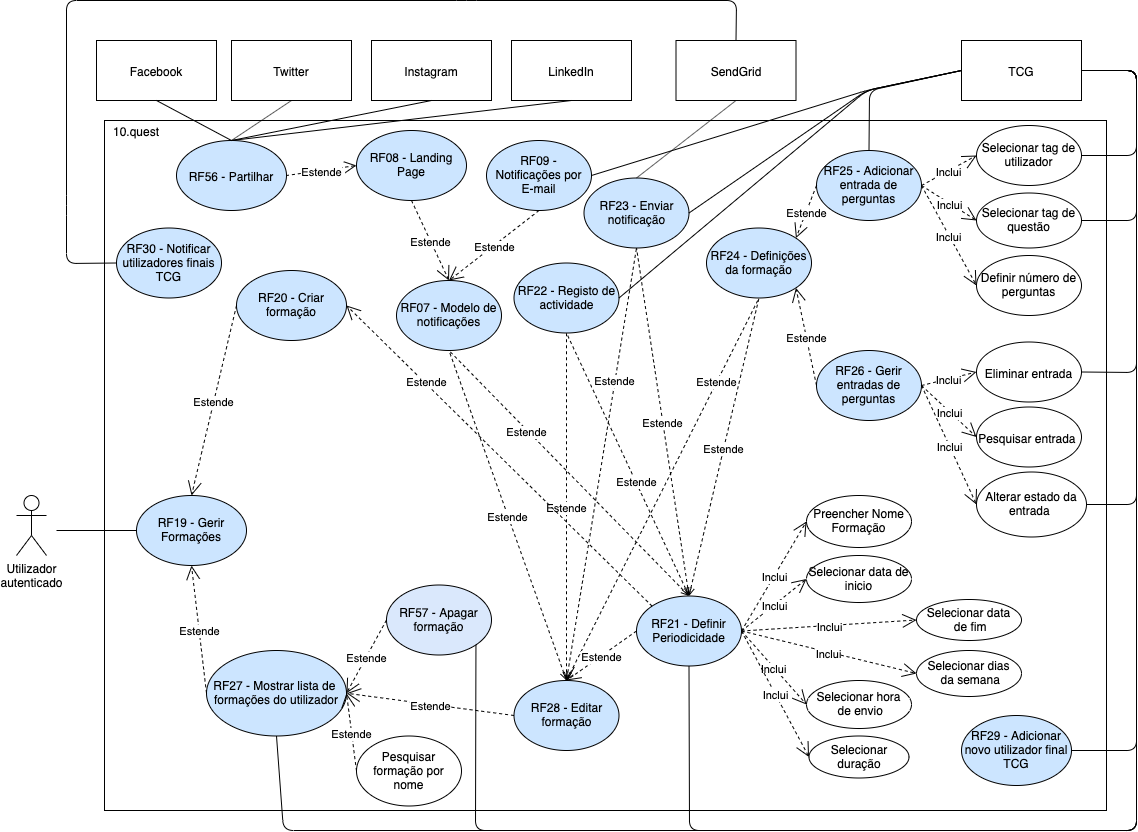
BrunoGrifo/Tese keeps this draw.io diagram as img/rf/gerir-formacoes.png. Above is the earlier version. Source tidied: cells renumbered, new cells last; positions are measured from the earlier drawing's top-left corner, leaving out a move shared by most shapes.
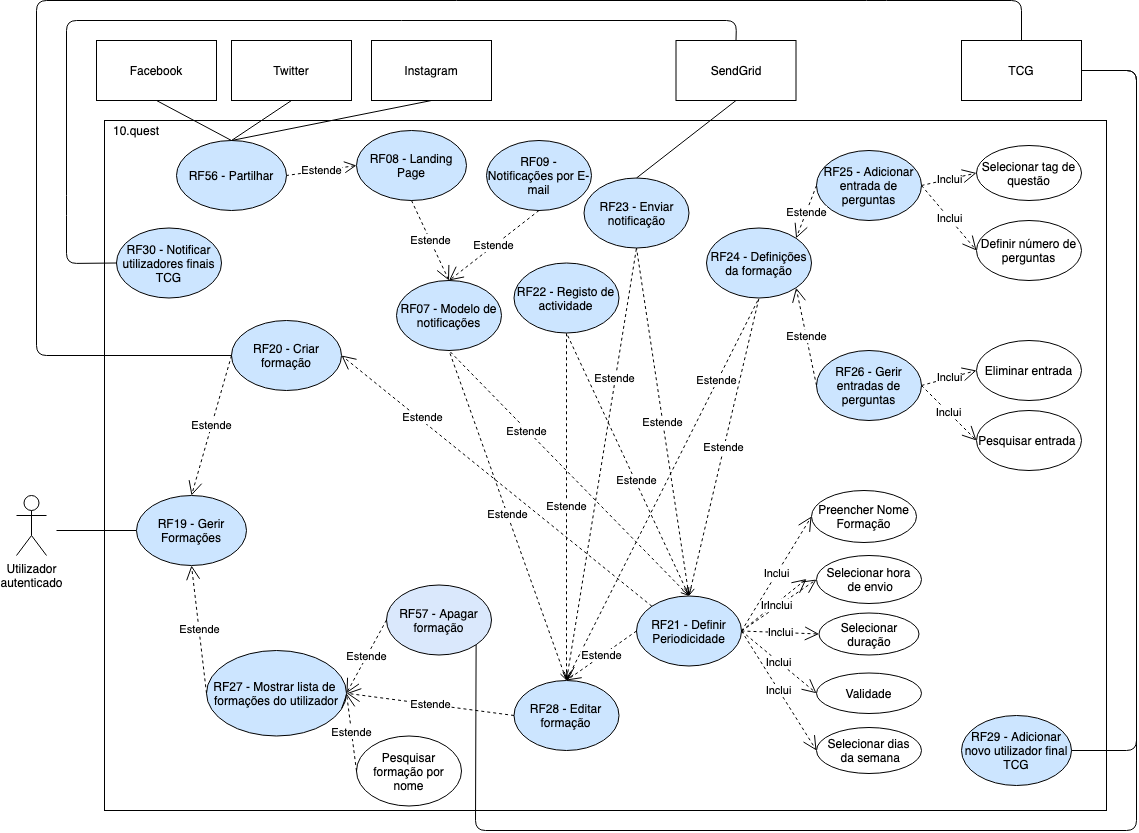
Later version of the same file.

Diff of the diagram source:
```diff
@@ -17,7 +17,7 @@
       </mxGeometry>
     </mxCell>
     <mxCell id="6" value="RF20 - Criar formação" style="ellipse;whiteSpace=wrap;html=1;fillColor=#CCE5FF;" parent="1" vertex="1">
-      <mxGeometry x="220" y="270" width="110" height="70" as="geometry" />
+      <mxGeometry x="215" y="320" width="110" height="70" as="geometry" />
     </mxCell>
     <mxCell id="7" value="RF08 - Landing Page" style="ellipse;whiteSpace=wrap;html=1;fillColor=#CCE5FF;" parent="1" vertex="1">
       <mxGeometry x="340" y="130" width="110" height="70" as="geometry" />
@@ -41,22 +41,19 @@
       <mxGeometry x="620" y="595.5" width="105" height="70" as="geometry" />
     </mxCell>
     <mxCell id="14" value="Preencher Nome&lt;br&gt;Formação" style="ellipse;whiteSpace=wrap;html=1;" parent="1" vertex="1">
-      <mxGeometry x="790" y="495" width="105" height="52" as="geometry" />
+      <mxGeometry x="795" y="490" width="105" height="52" as="geometry" />
     </mxCell>
-    <mxCell id="15" value="Selecionar data de inicio" style="ellipse;whiteSpace=wrap;html=1;" parent="1" vertex="1">
-      <mxGeometry x="790" y="555" width="105" height="47" as="geometry" />
-    </mxCell>
-    <mxCell id="16" value="Selecionar data&lt;br&gt;&amp;nbsp;de fim" style="ellipse;whiteSpace=wrap;html=1;" parent="1" vertex="1">
-      <mxGeometry x="900" y="599" width="105" height="41" as="geometry" />
+    <mxCell id="16" value="Validade" style="ellipse;whiteSpace=wrap;html=1;" parent="1" vertex="1">
+      <mxGeometry x="800" y="672.5" width="105" height="40.5" as="geometry" />
     </mxCell>
     <mxCell id="17" value="Selecionar dias&lt;br&gt;&amp;nbsp;da semana" style="ellipse;whiteSpace=wrap;html=1;" parent="1" vertex="1">
-      <mxGeometry x="900" y="650" width="105" height="46" as="geometry" />
+      <mxGeometry x="800" y="727" width="105" height="46" as="geometry" />
     </mxCell>
     <mxCell id="18" value="Selecionar hora&lt;br&gt;&amp;nbsp;de envio" style="ellipse;whiteSpace=wrap;html=1;" parent="1" vertex="1">
-      <mxGeometry x="790" y="680" width="105" height="48" as="geometry" />
+      <mxGeometry x="800" y="555" width="105" height="48" as="geometry" />
     </mxCell>
     <mxCell id="19" value="Selecionar duração" style="ellipse;whiteSpace=wrap;html=1;" parent="1" vertex="1">
-      <mxGeometry x="792.5" y="735.5" width="100" height="42" as="geometry" />
+      <mxGeometry x="802.5" y="612.5" width="100" height="42" as="geometry" />
     </mxCell>
     <mxCell id="20" value="RF24 - Definições da formação" style="ellipse;whiteSpace=wrap;html=1;fillColor=#CCE5FF;" parent="1" vertex="1">
       <mxGeometry x="690" y="227.5" width="105" height="70" as="geometry" />
@@ -92,26 +89,17 @@
       <mxGeometry relative="1" as="geometry" />
     </mxCell>
     <mxCell id="31" value="Definir número de perguntas" style="ellipse;whiteSpace=wrap;html=1;" parent="1" vertex="1">
-      <mxGeometry x="960" y="255" width="105" height="60" as="geometry" />
+      <mxGeometry x="960" y="220" width="105" height="60" as="geometry" />
     </mxCell>
-    <mxCell id="32" value="Selecionar tag de utilizador" style="ellipse;whiteSpace=wrap;html=1;" parent="1" vertex="1">
-      <mxGeometry x="960" y="125" width="105" height="60" as="geometry" />
-    </mxCell>
     <mxCell id="33" value="Selecionar tag de questão" style="ellipse;whiteSpace=wrap;html=1;" parent="1" vertex="1">
-      <mxGeometry x="960" y="192.5" width="105" height="55" as="geometry" />
+      <mxGeometry x="960" y="145" width="105" height="55" as="geometry" />
     </mxCell>
-    <mxCell id="34" value="Inclui" style="endArrow=open;endSize=12;dashed=1;html=1;exitX=1;exitY=0.5;exitDx=0;exitDy=0;entryX=0;entryY=0.5;entryDx=0;entryDy=0;" parent="1" edge="1" source="25" target="32">
-      <mxGeometry relative="1" as="geometry" />
-    </mxCell>
     <mxCell id="35" value="Eliminar entrada" style="ellipse;whiteSpace=wrap;html=1;" parent="1" vertex="1">
-      <mxGeometry x="960" y="341.5" width="105" height="60" as="geometry" />
+      <mxGeometry x="960" y="340" width="105" height="60" as="geometry" />
     </mxCell>
     <mxCell id="36" value="Pesquisar entrada&amp;nbsp;" style="ellipse;whiteSpace=wrap;html=1;" parent="1" vertex="1">
-      <mxGeometry x="960" y="406.5" width="105" height="60" as="geometry" />
+      <mxGeometry x="960" y="410" width="105" height="60" as="geometry" />
     </mxCell>
-    <mxCell id="37" value="Alterar estado da entrada&amp;nbsp;" style="ellipse;whiteSpace=wrap;html=1;" parent="1" vertex="1">
-      <mxGeometry x="960" y="471.5" width="110" height="65" as="geometry" />
-    </mxCell>
     <mxCell id="38" value="Estende" style="endArrow=none;endSize=12;dashed=1;html=1;entryX=0.5;entryY=1;entryDx=0;entryDy=0;endFill=0;startArrow=open;startFill=0;" parent="1" edge="1" target="21">
       <mxGeometry relative="1" as="geometry">
         <mxPoint x="550" y="680" as="sourcePoint" />
@@ -146,31 +134,6 @@
     <mxCell id="46" style="endArrow=none;html=1;entryX=0.5;entryY=0;entryDx=0;entryDy=0;exitX=0.5;exitY=1;exitDx=0;exitDy=0;" parent="1" edge="1" source="42" target="27">
       <mxGeometry relative="1" as="geometry" />
     </mxCell>
-    <mxCell id="47" style="endArrow=none;html=1;entryX=1;entryY=0.5;entryDx=0;entryDy=0;exitX=1;exitY=0.5;exitDx=0;exitDy=0;" parent="1" edge="1" source="32" target="44">
-      <mxGeometry relative="1" as="geometry">
-        <Array as="points">
-          <mxPoint x="1120" y="155" />
-          <mxPoint x="1120" y="70" />
-        </Array>
-      </mxGeometry>
-    </mxCell>
-    <mxCell id="48" style="endArrow=none;html=1;entryX=1;entryY=0.5;entryDx=0;entryDy=0;exitX=1;exitY=0.5;exitDx=0;exitDy=0;" parent="1" edge="1" source="33" target="44">
-      <mxGeometry relative="1" as="geometry">
-        <Array as="points">
-          <mxPoint x="1120" y="220" />
-          <mxPoint x="1120" y="70" />
-        </Array>
-      </mxGeometry>
-    </mxCell>
-    <mxCell id="49" style="endArrow=none;html=1;entryX=1;entryY=0.5;entryDx=0;entryDy=0;exitX=0.5;exitY=1;exitDx=0;exitDy=0;" parent="1" edge="1" source="9" target="44">
-      <mxGeometry relative="1" as="geometry">
-        <Array as="points">
-          <mxPoint x="267" y="830" />
-          <mxPoint x="1120" y="830" />
-          <mxPoint x="1120" y="70" />
-        </Array>
-      </mxGeometry>
-    </mxCell>
     <mxCell id="50" style="endArrow=none;html=1;entryX=1;entryY=1;entryDx=0;entryDy=0;exitX=1;exitY=0.5;exitDx=0;exitDy=0;" parent="1" edge="1" source="44" target="10">
       <mxGeometry relative="1" as="geometry">
         <Array as="points">
@@ -180,56 +143,13 @@
         </Array>
       </mxGeometry>
     </mxCell>
-    <mxCell id="51" style="endArrow=none;html=1;exitX=1;exitY=0.5;exitDx=0;exitDy=0;entryX=0;entryY=0.5;entryDx=0;entryDy=0;" parent="1" edge="1" source="28" target="44">
-      <mxGeometry relative="1" as="geometry">
-        <Array as="points">
-          <mxPoint x="850" y="90" />
-        </Array>
-      </mxGeometry>
-    </mxCell>
-    <mxCell id="52" style="endArrow=none;html=1;entryX=1;entryY=0.5;entryDx=0;entryDy=0;exitX=1;exitY=0.5;exitDx=0;exitDy=0;" parent="1" edge="1" source="35" target="44">
-      <mxGeometry relative="1" as="geometry">
-        <Array as="points">
-          <mxPoint x="1120" y="372" />
-          <mxPoint x="1120" y="70" />
-        </Array>
-      </mxGeometry>
-    </mxCell>
-    <mxCell id="53" style="endArrow=none;html=1;entryX=1;entryY=0.5;entryDx=0;entryDy=0;exitX=1;exitY=0.5;exitDx=0;exitDy=0;" parent="1" edge="1" source="37" target="44">
-      <mxGeometry relative="1" as="geometry">
-        <Array as="points">
-          <mxPoint x="1120" y="504" />
-          <mxPoint x="1120" y="70" />
-        </Array>
-      </mxGeometry>
-    </mxCell>
-    <mxCell id="54" style="endArrow=none;html=1;entryX=1;entryY=0.5;entryDx=0;entryDy=0;exitX=0.5;exitY=1;exitDx=0;exitDy=0;" parent="1" edge="1" source="13" target="44">
-      <mxGeometry relative="1" as="geometry">
-        <Array as="points">
-          <mxPoint x="673" y="830" />
-          <mxPoint x="1120" y="830" />
-          <mxPoint x="1120" y="70" />
-        </Array>
-      </mxGeometry>
-    </mxCell>
-    <mxCell id="55" style="endArrow=none;html=1;entryX=0;entryY=0.5;entryDx=0;entryDy=0;exitX=0.5;exitY=0;exitDx=0;exitDy=0;" parent="1" edge="1" source="25" target="44">
-      <mxGeometry relative="1" as="geometry">
-        <Array as="points">
-          <mxPoint x="853" y="90" />
-        </Array>
-      </mxGeometry>
-    </mxCell>
-    <mxCell id="56" style="endArrow=none;html=1;entryX=0;entryY=0.5;entryDx=0;entryDy=0;exitX=1;exitY=0.5;exitDx=0;exitDy=0;" parent="1" edge="1" source="27" target="44">
-      <mxGeometry relative="1" as="geometry">
-        <Array as="points">
-          <mxPoint x="850" y="90" />
-        </Array>
-      </mxGeometry>
-    </mxCell>
-    <mxCell id="57" style="endArrow=none;html=1;entryX=0;entryY=0.5;entryDx=0;entryDy=0;exitX=1;exitY=0.5;exitDx=0;exitDy=0;" parent="1" edge="1" source="24" target="44">
+    <mxCell id="57" style="endArrow=none;html=1;entryX=0.5;entryY=0;entryDx=0;entryDy=0;exitX=0;exitY=0.5;exitDx=0;exitDy=0;" parent="1" edge="1" source="6" target="44">
       <mxGeometry relative="1" as="geometry">
         <Array as="points">
-          <mxPoint x="850" y="90" />
+          <mxPoint x="20" y="355" />
+          <mxPoint x="20" />
+          <mxPoint x="860" />
+          <mxPoint x="1005" />
         </Array>
       </mxGeometry>
     </mxCell>
@@ -241,9 +161,8 @@
         <Array as="points">
           <mxPoint x="50" y="263" />
           <mxPoint x="50" y="205" />
-          <mxPoint x="50" />
-          <mxPoint x="450" />
-          <mxPoint x="720" />
+          <mxPoint x="50" y="20" />
+          <mxPoint x="720" y="20" />
         </Array>
       </mxGeometry>
     </mxCell>
@@ -259,14 +178,13 @@
     <mxCell id="63" value="Inclui" style="endArrow=open;endSize=12;dashed=1;html=1;exitX=1;exitY=0.5;exitDx=0;exitDy=0;entryX=0;entryY=0.5;entryDx=0;entryDy=0;" parent="1" edge="1" source="26" target="36">
       <mxGeometry relative="1" as="geometry" />
     </mxCell>
-    <mxCell id="64" value="Inclui" style="endArrow=open;endSize=12;dashed=1;html=1;exitX=1;exitY=0.5;exitDx=0;exitDy=0;entryX=0;entryY=0.5;entryDx=0;entryDy=0;" parent="1" edge="1" source="26" target="37">
-      <mxGeometry relative="1" as="geometry" />
-    </mxCell>
     <mxCell id="65" value="Inclui" style="endArrow=open;endSize=12;dashed=1;html=1;exitX=1;exitY=0.5;exitDx=0;exitDy=0;entryX=0;entryY=0.5;entryDx=0;entryDy=0;endFill=0;" parent="1" edge="1" source="13" target="14">
       <mxGeometry relative="1" as="geometry" />
     </mxCell>
-    <mxCell id="66" value="Inclui" style="endArrow=open;endSize=12;dashed=1;html=1;exitX=1;exitY=0.5;exitDx=0;exitDy=0;entryX=0;entryY=0.5;entryDx=0;entryDy=0;" parent="1" edge="1" source="13" target="15">
-      <mxGeometry relative="1" as="geometry" />
+    <mxCell id="66" value="Inclui" style="endArrow=open;endSize=12;dashed=1;html=1;exitX=1;exitY=0.5;exitDx=0;exitDy=0;entryX=0;entryY=0.5;entryDx=0;entryDy=0;" parent="1" edge="1" source="13">
+      <mxGeometry relative="1" as="geometry">
+        <mxPoint x="790" y="578.5" as="targetPoint" />
+      </mxGeometry>
     </mxCell>
     <mxCell id="67" value="Inclui" style="endArrow=open;endSize=12;dashed=1;html=1;exitX=1;exitY=0.5;exitDx=0;exitDy=0;entryX=0;entryY=0.5;entryDx=0;entryDy=0;" parent="1" edge="1" source="13" target="16">
       <mxGeometry relative="1" as="geometry" />
@@ -325,18 +243,12 @@
     <mxCell id="85" value="Instagram" style="rounded=0;whiteSpace=wrap;html=1;" parent="1" vertex="1">
       <mxGeometry x="355" y="40" width="120" height="60" as="geometry" />
     </mxCell>
-    <mxCell id="86" value="LinkedIn" style="rounded=0;whiteSpace=wrap;html=1;" parent="1" vertex="1">
-      <mxGeometry x="495" y="40" width="120" height="60" as="geometry" />
-    </mxCell>
     <mxCell id="87" style="endArrow=none;html=1;exitX=0.5;exitY=1;exitDx=0;exitDy=0;entryX=0.5;entryY=0;entryDx=0;entryDy=0;" parent="1" edge="1" source="84" target="82">
       <mxGeometry relative="1" as="geometry" />
     </mxCell>
     <mxCell id="88" style="endArrow=none;html=1;entryX=0.5;entryY=1;entryDx=0;entryDy=0;exitX=0.5;exitY=0;exitDx=0;exitDy=0;" parent="1" edge="1" source="82" target="85">
       <mxGeometry relative="1" as="geometry" />
     </mxCell>
-    <mxCell id="89" style="endArrow=none;html=1;entryX=0.5;entryY=0;entryDx=0;entryDy=0;exitX=0.5;exitY=1;exitDx=0;exitDy=0;" parent="1" edge="1" source="86" target="82">
-      <mxGeometry relative="1" as="geometry" />
-    </mxCell>
     <mxCell id="90" style="endArrow=none;html=1;entryX=0.5;entryY=0;entryDx=0;entryDy=0;exitX=0.5;exitY=1;exitDx=0;exitDy=0;" parent="1" edge="1" source="83" target="82">
       <mxGeometry relative="1" as="geometry" />
     </mxCell>
```
